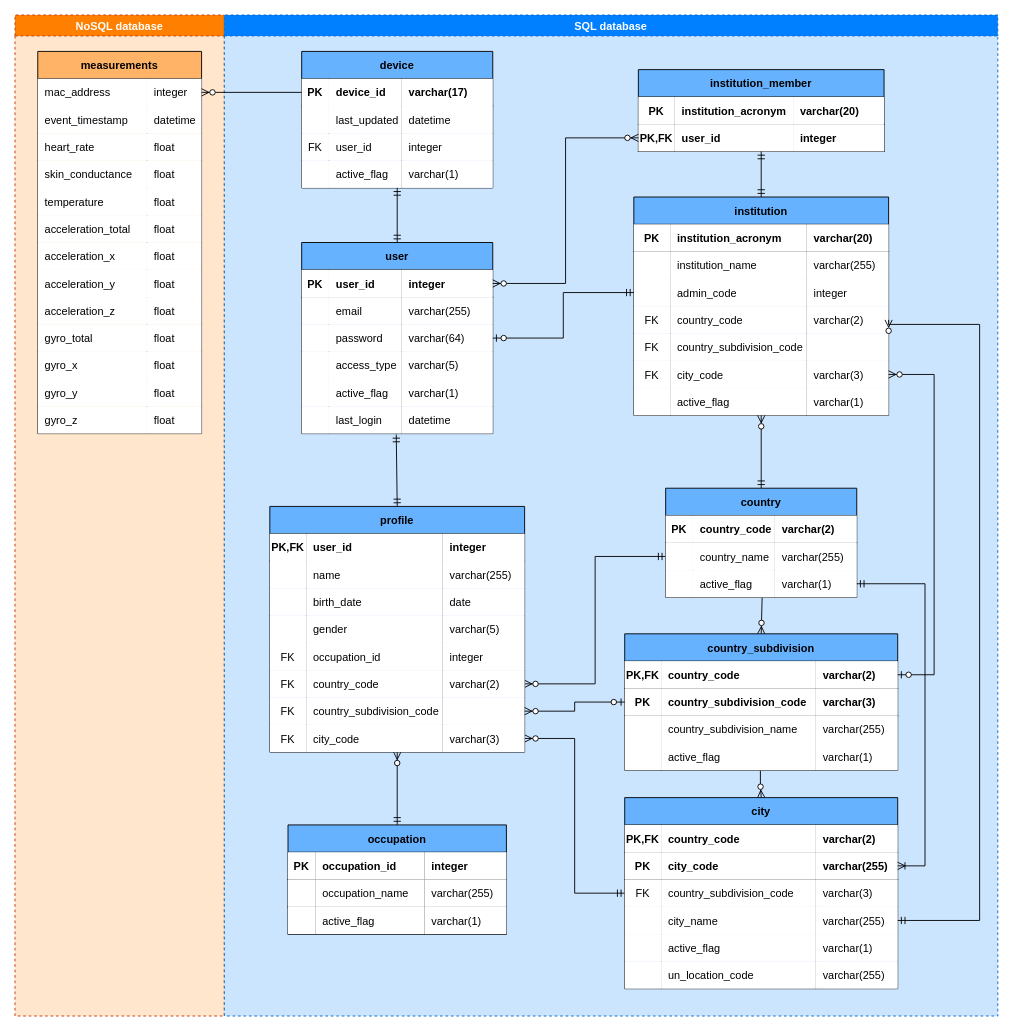
Before: physical data model.drawio in julianaclp/tcc-diagrams, a draw.io diagram. Source tidied: cells renumbered, new cells numbered last; positions are measured from the earlier drawing's top-left corner, leaving out a move shared by most shapes. Both pictures are drawn from the tidied source at 91%, with x=0, y=0 at pixel (15, 15).
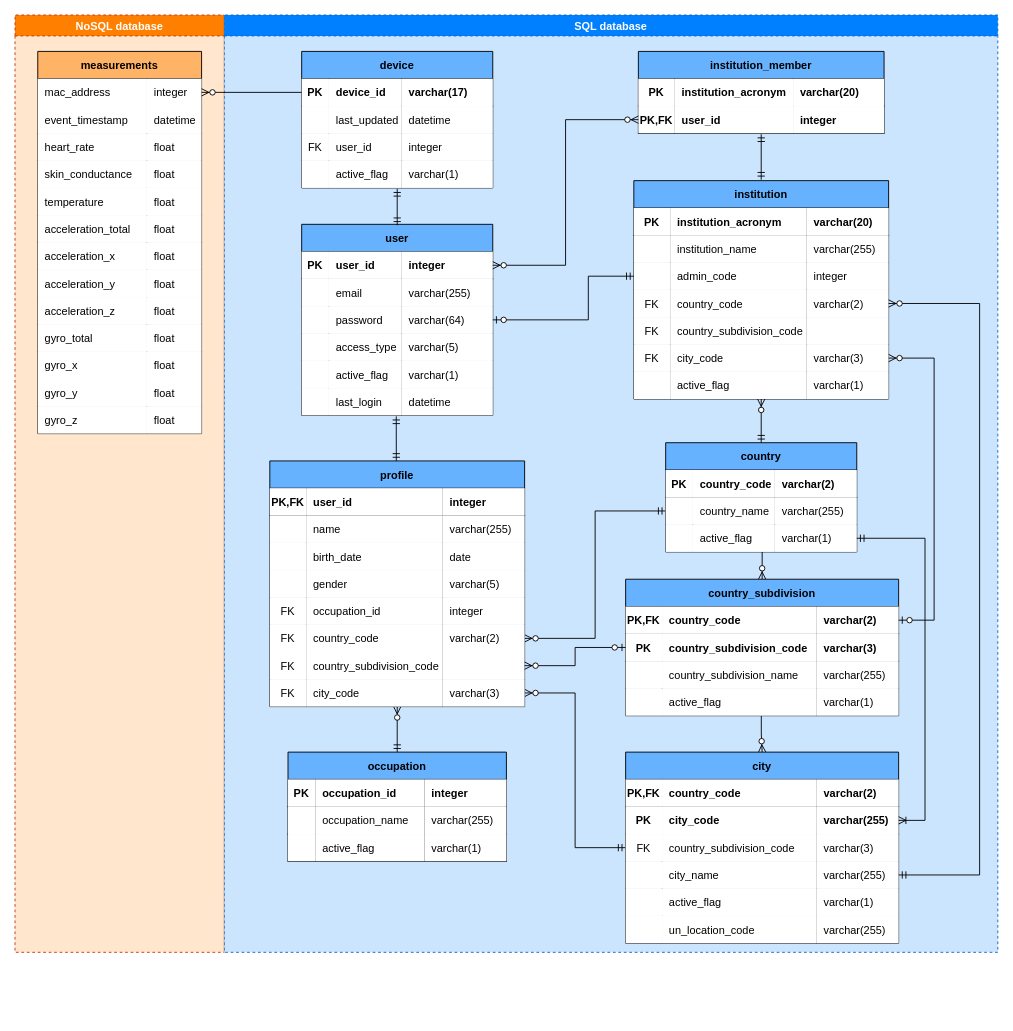
The same page after the edit.

Unchanged cells that the change refers to:
```xml
<mxCell id="59" style="shape=partialRectangle;fillColor=none;top=0;left=0;bottom=0;right=0;points=[[0,0.5],[1,0.5]];portConstraint=eastwest;" parent="50" vertex="1">
  <mxGeometry y="90" width="210" height="30" as="geometry" />
</mxCell>
<mxCell id="71" style="shape=partialRectangle;fillColor=none;top=0;left=0;bottom=0;right=0;points=[[0,0.5],[1,0.5]];portConstraint=eastwest;" parent="50" vertex="1">
  <mxGeometry y="180" width="210" height="30" as="geometry" />
</mxCell>
<mxCell id="117" style="shape=partialRectangle;fillColor=none;top=0;left=0;bottom=0;right=0;points=[[0,0.5],[1,0.5]];portConstraint=eastwest;" parent="108" vertex="1">
  <mxGeometry y="90" width="210" height="30" as="geometry" />
</mxCell>
<mxCell id="122" style="shape=partialRectangle;fillColor=none;top=0;left=0;bottom=1;right=0;points=[[0,0.5],[1,0.5]];portConstraint=eastwest;" parent="121" vertex="1">
  <mxGeometry y="30" width="300" height="30" as="geometry" />
</mxCell>
<mxCell id="143" style="shape=partialRectangle;fillColor=none;top=0;left=0;bottom=1;right=0;points=[[0,0.5],[1,0.5]];portConstraint=eastwest;" parent="138" vertex="1">
  <mxGeometry y="60" width="300" height="30" as="geometry" />
</mxCell>
<mxCell id="151" style="shape=partialRectangle;fillColor=none;top=0;left=0;bottom=0;right=0;points=[[0,0.5],[1,0.5]];portConstraint=eastwest;" parent="138" vertex="1">
  <mxGeometry y="120" width="300" height="30" as="geometry" />
</mxCell>
<mxCell id="204" style="shape=partialRectangle;fillColor=none;top=0;left=0;bottom=0;right=0;points=[[0,0.5],[1,0.5]];portConstraint=eastwest;" parent="195" vertex="1">
  <mxGeometry y="90" width="280" height="30" as="geometry" />
</mxCell>
<mxCell id="208" style="shape=partialRectangle;fillColor=none;top=0;left=0;bottom=0;right=0;points=[[0,0.5],[1,0.5]];portConstraint=eastwest;" parent="195" vertex="1">
  <mxGeometry y="120" width="280" height="30" as="geometry" />
</mxCell>
<mxCell id="216" style="shape=partialRectangle;fillColor=none;top=0;left=0;bottom=0;right=0;points=[[0,0.5],[1,0.5]];portConstraint=eastwest;" parent="195" vertex="1">
  <mxGeometry y="180" width="280" height="30" as="geometry" />
</mxCell>
```

The edit, as a diff of the source:
```diff
@@
     <mxCell id="2" value="NoSQL database" style="swimlane;dashed=1;fillColor=#FF8000;strokeColor=#C73500;fontColor=#FFFFFF;swimlaneFillColor=#FFE6CC;" parent="1" vertex="1">
-      <mxGeometry width="230" height="1100" as="geometry" />
+      <mxGeometry width="230" height="1030" as="geometry" />
     </mxCell>
@@
     <mxCell id="43" value="SQL database" style="swimlane;dashed=1;fillColor=#007FFF;fontColor=#ffffff;strokeColor=#0066CC;swimlaneFillColor=#CCE5FF;" parent="1" vertex="1">
-      <mxGeometry x="230" width="850" height="1100" as="geometry" />
+      <mxGeometry x="230" width="850" height="1030" as="geometry" />
     </mxCell>
@@
-    <mxCell id="48" style="fontSize=12;html=1;endArrow=ERmandOne;startArrow=ERmandOne;rounded=0;exitX=0.5;exitY=0;exitDx=0;exitDy=0;entryX=0.495;entryY=1.033;entryDx=0;entryDy=0;entryPerimeter=0;" parent="43" edge="1" source="75" target="71">
-      <mxGeometry relative="1" as="geometry" />
+    <mxCell id="48" style="fontSize=12;html=1;endArrow=ERmandOne;startArrow=ERmandOne;rounded=0;entryX=0.495;entryY=1.033;entryDx=0;entryDy=0;entryPerimeter=0;" parent="43" edge="1" target="71">
+      <mxGeometry relative="1" as="geometry">
+        <mxPoint x="189" y="490" as="sourcePoint" />
+      </mxGeometry>
     </mxCell>
@@
     <mxCell id="50" value="user" style="shape=table;startSize=30;childLayout=tableLayout;rowLines=0;fontStyle=1;align=center;fillColor=#66B2FF;" parent="43" vertex="1">
-      <mxGeometry x="85" y="250" width="210" height="210" as="geometry" />
+      <mxGeometry x="85" y="230" width="210" height="210" as="geometry" />
     </mxCell>
@@
     <mxCell id="75" value="profile" style="shape=table;startSize=30;childLayout=tableLayout;rowLines=0;fontStyle=1;align=center;fillColor=#66B2FF;" parent="43" vertex="1">
-      <mxGeometry x="50" y="540" width="280" height="270" as="geometry" />
+      <mxGeometry x="50" y="490" width="280" height="270" as="geometry" />
     </mxCell>
@@
     <mxCell id="108" value="country" style="shape=table;startSize=30;childLayout=tableLayout;rowLines=0;fontStyle=1;align=center;fillColor=#66B2FF;" parent="43" vertex="1">
-      <mxGeometry x="485" y="520" width="210" height="120" as="geometry" />
+      <mxGeometry x="485" y="470" width="210" height="120" as="geometry" />
     </mxCell>
@@
     <mxCell id="121" value="country_subdivision" style="shape=table;startSize=30;childLayout=tableLayout;rowLines=0;fontStyle=1;align=center;fillColor=#66B2FF;" parent="43" vertex="1">
-      <mxGeometry x="440" y="680" width="300" height="150" as="geometry" />
+      <mxGeometry x="441" y="620" width="300" height="150" as="geometry" />
     </mxCell>
@@
     <mxCell id="138" value="city" style="shape=table;startSize=30;childLayout=tableLayout;rowLines=0;fontStyle=1;align=center;fillColor=#66B2FF;" parent="43" vertex="1">
-      <mxGeometry x="440" y="860" width="300" height="210" as="geometry" />
+      <mxGeometry x="441" y="810" width="300" height="210" as="geometry" />
     </mxCell>
@@
     <mxCell id="163" value="occupation" style="shape=table;startSize=30;childLayout=tableLayout;rowLines=0;fontStyle=1;align=center;fillColor=#66B2FF;" parent="43" vertex="1">
-      <mxGeometry x="70" y="890" width="240" height="120" as="geometry" />
+      <mxGeometry x="70" y="810" width="240" height="120" as="geometry" />
     </mxCell>
@@
-    <mxCell id="193" style="fontSize=12;html=1;endArrow=ERmandOne;startArrow=ERmandOne;rounded=0;exitX=0.5;exitY=0;exitDx=0;exitDy=0;" parent="43" edge="1" source="50">
+    <mxCell id="193" style="fontSize=12;html=1;endArrow=ERmandOne;startArrow=ERmandOne;rounded=0;exitX=0.5;exitY=0;exitDx=0;exitDy=0;" parent="43" edge="1">
       <mxGeometry relative="1" as="geometry">
-        <mxPoint x="190" y="190" as="targetPoint" />
+        <mxPoint x="190" y="231" as="sourcePoint" />
+        <mxPoint x="190" y="191" as="targetPoint" />
       </mxGeometry>
     </mxCell>
@@
     <mxCell id="195" value="institution" style="shape=table;startSize=30;childLayout=tableLayout;rowLines=0;fontStyle=1;align=center;fillColor=#66B2FF;" parent="43" vertex="1">
-      <mxGeometry x="450" y="200" width="280" height="240" as="geometry" />
+      <mxGeometry x="450" y="182" width="280" height="240" as="geometry" />
     </mxCell>
@@
     <mxCell id="224" value="institution_member" style="shape=table;startSize=30;childLayout=tableLayout;rowLines=0;fontStyle=1;align=center;fillColor=#66B2FF;" parent="43" vertex="1">
-      <mxGeometry x="455" y="60" width="270" height="90" as="geometry" />
+      <mxGeometry x="455" y="40" width="270" height="90" as="geometry" />
     </mxCell>
@@
-    <mxCell id="234" style="fontSize=12;html=1;endArrow=ERmandOne;startArrow=ERmandOne;rounded=0;exitX=0.5;exitY=0;exitDx=0;exitDy=0;" parent="43" edge="1" source="195">
+    <mxCell id="234" style="fontSize=12;html=1;endArrow=ERmandOne;startArrow=ERmandOne;rounded=0;exitX=0.5;exitY=0;exitDx=0;exitDy=0;" parent="43" edge="1">
       <mxGeometry relative="1" as="geometry">
-        <mxPoint x="590" y="150" as="targetPoint" />
+        <mxPoint x="590" y="181" as="sourcePoint" />
+        <mxPoint x="590" y="131" as="targetPoint" />
       </mxGeometry>
     </mxCell>
     <mxCell id="235" style="fontSize=12;html=1;endArrow=ERzeroToOne;startArrow=ERmandOne;rounded=0;exitX=0;exitY=0.5;exitDx=0;exitDy=0;entryX=1;entryY=0.5;entryDx=0;entryDy=0;edgeStyle=orthogonalEdgeStyle;" parent="43" edge="1" source="204" target="59">
-      <mxGeometry relative="1" as="geometry" />
+      <mxGeometry relative="1" as="geometry">
+        <Array as="points">
+          <mxPoint x="400" y="287" />
+          <mxPoint x="400" y="335" />
+        </Array>
+      </mxGeometry>
     </mxCell>
     <mxCell id="236" style="edgeStyle=orthogonalEdgeStyle;fontSize=12;html=1;endArrow=ERoneToMany;startArrow=ERmandOne;rounded=0;exitX=1;exitY=0.5;exitDx=0;exitDy=0;entryX=1;entryY=0.5;entryDx=0;entryDy=0;" parent="43" edge="1" source="117" target="143">
       <mxGeometry relative="1" as="geometry">
         <Array as="points">
-          <mxPoint x="770" y="625" />
-          <mxPoint x="770" y="935" />
+          <mxPoint x="770" y="575" />
+          <mxPoint x="770" y="885" />
         </Array>
       </mxGeometry>
     </mxCell>
-    <mxCell id="237" style="fontSize=12;html=1;endArrow=ERzeroToMany;startArrow=ERmandOne;rounded=0;exitX=0.5;exitY=0;exitDx=0;exitDy=0;" parent="43" edge="1" source="108">
+    <mxCell id="237" style="fontSize=12;html=1;endArrow=ERzeroToMany;startArrow=ERmandOne;rounded=0;" parent="43" edge="1">
       <mxGeometry relative="1" as="geometry">
-        <mxPoint x="590" y="440" as="targetPoint" />
+        <mxPoint x="590" y="470" as="sourcePoint" />
+        <mxPoint x="590" y="422" as="targetPoint" />
       </mxGeometry>
     </mxCell>
     <mxCell id="238" style="fontSize=12;html=1;endArrow=ERzeroToMany;startArrow=ERzeroToOne;rounded=0;exitX=1;exitY=0.5;exitDx=0;exitDy=0;entryX=1;entryY=0.5;entryDx=0;entryDy=0;edgeStyle=orthogonalEdgeStyle;" parent="43" edge="1" source="122" target="216">
       <mxGeometry relative="1" as="geometry">
         <Array as="points">
-          <mxPoint x="780" y="725" />
-          <mxPoint x="780" y="395" />
+          <mxPoint x="780" y="665" />
+          <mxPoint x="780" y="377" />
         </Array>
       </mxGeometry>
     </mxCell>
     <mxCell id="239" style="edgeStyle=orthogonalEdgeStyle;fontSize=12;html=1;endArrow=ERzeroToMany;startArrow=ERmandOne;rounded=0;entryX=1;entryY=0.5;entryDx=0;entryDy=0;exitX=1;exitY=0.5;exitDx=0;exitDy=0;" parent="43" edge="1" source="151" target="208">
       <mxGeometry relative="1" as="geometry">
         <Array as="points">
-          <mxPoint x="830" y="995" />
-          <mxPoint x="830" y="340" />
-          <mxPoint x="730" y="340" />
+          <mxPoint x="830" y="945" />
+          <mxPoint x="830" y="317" />
         </Array>
       </mxGeometry>
     </mxCell>
```
